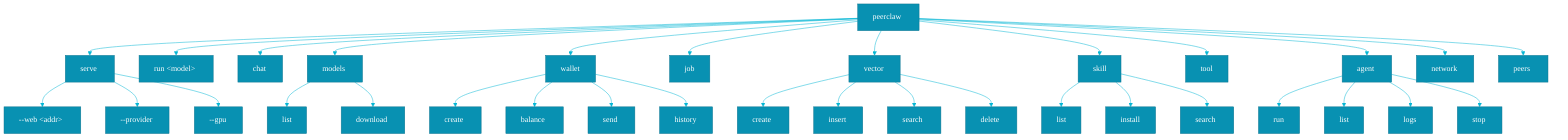
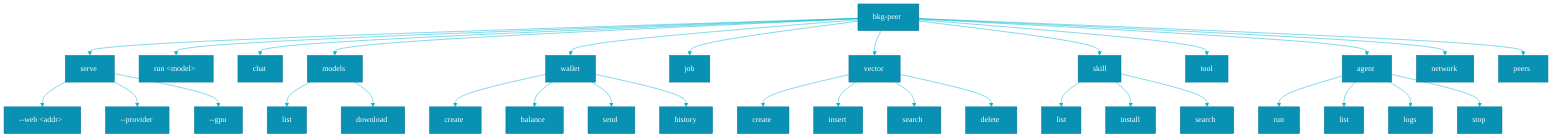
%%{init: {'theme': 'base', 'themeVariables': { 'primaryColor': '#0891B2', 'primaryTextColor': '#fff', 'primaryBorderColor': '#0E7490', 'lineColor': '#06B6D4', 'secondaryColor': '#22D3EE', 'tertiaryColor': '#CFFAFE', 'background': '#ffffff', 'fontFamily': 'Inter, system-ui, sans-serif'}}}%%
flowchart TD
-     PEERCLAW["peerclaw"]
+     BKGPEER["bkg-peer"]

-     PEERCLAW --> SERVE["serve"]
-     PEERCLAW --> RUN["run &lt;model&gt;"]
-     PEERCLAW --> CHAT["chat"]
-     PEERCLAW --> MODELS["models"]
-     PEERCLAW --> WALLET["wallet"]
-     PEERCLAW --> JOB["job"]
-     PEERCLAW --> VECTOR["vector"]
-     PEERCLAW --> SKILL["skill"]
-     PEERCLAW --> TOOL["tool"]
-     PEERCLAW --> AGENT["agent"]
-     PEERCLAW --> NETWORK["network"]
-     PEERCLAW --> PEERS["peers"]
+     BKGPEER --> SERVE["serve"]
+     BKGPEER --> RUN["run &lt;model&gt;"]
+     BKGPEER --> CHAT["chat"]
+     BKGPEER --> MODELS["models"]
+     BKGPEER --> WALLET["wallet"]
+     BKGPEER --> JOB["job"]
+     BKGPEER --> VECTOR["vector"]
+     BKGPEER --> SKILL["skill"]
+     BKGPEER --> TOOL["tool"]
+     BKGPEER --> AGENT["agent"]
+     BKGPEER --> NETWORK["network"]
+     BKGPEER --> PEERS["peers"]

    SERVE --> S1["--web &lt;addr&gt;"]
    SERVE --> S2["--provider"]
    SERVE --> S3["--gpu"]

    MODELS --> M1["list"]
    MODELS --> M2["download"]

    WALLET --> W1["create"]
    WALLET --> W2["balance"]
    WALLET --> W3["send"]
    WALLET --> W4["history"]

    VECTOR --> V1["create"]
    VECTOR --> V2["insert"]
    VECTOR --> V3["search"]
    VECTOR --> V4["delete"]

    SKILL --> SK1["list"]
    SKILL --> SK2["install"]
    SKILL --> SK3["search"]

    AGENT --> A1["run"]
    AGENT --> A2["list"]
    AGENT --> A3["logs"]
    AGENT --> A4["stop"]
